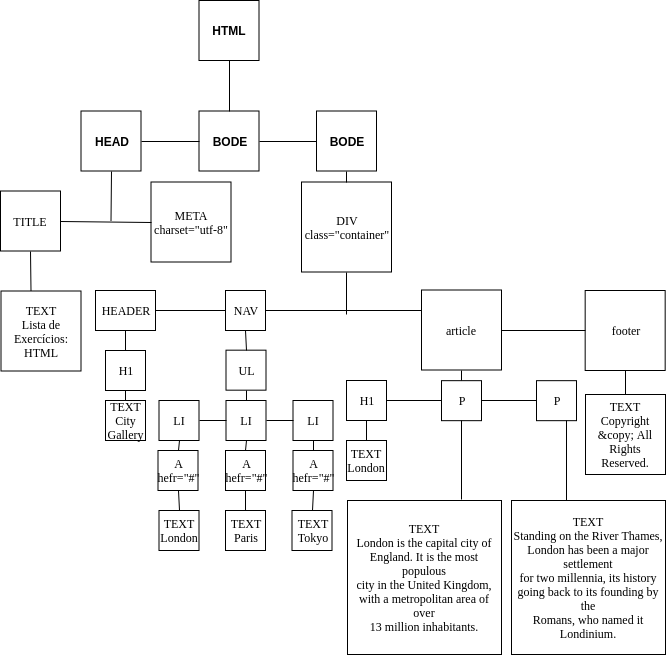
Earlier version of the draw.io export img/Árvore DOM.png (jcl1997/julio-lima-ra-31910749-HTML). Source tidied: cells renumbered, new cells last; positions are measured from the earlier drawing's top-left corner, leaving out a move shared by most shapes. Its diagram source:
```xml
<mxGraphModel>
  <root>
    <mxCell id="0" />
    <mxCell id="1" parent="0" />
    <mxCell id="2" value="&lt;b&gt;HTML&lt;/b&gt;" style="rounded=0;whiteSpace=wrap;html=1;" parent="1" vertex="1">
      <mxGeometry x="198.5" width="60" height="60" as="geometry" />
    </mxCell>
    <mxCell id="3" value="&lt;b&gt;HEAD&lt;/b&gt;" style="rounded=0;whiteSpace=wrap;html=1;" parent="1" vertex="1">
      <mxGeometry x="80.5" y="110.5" width="60" height="60" as="geometry" />
    </mxCell>
    <mxCell id="4" value="&lt;b&gt;BODE&lt;/b&gt;" style="whiteSpace=wrap;html=1;" parent="1" vertex="1">
      <mxGeometry x="316" y="110.5" width="60" height="60" as="geometry" />
    </mxCell>
    <mxCell id="5" value="&lt;b&gt;BODE&lt;/b&gt;" style="whiteSpace=wrap;html=1;" parent="1" vertex="1">
      <mxGeometry x="198.5" y="110.5" width="60" height="60" as="geometry" />
    </mxCell>
    <mxCell id="6" value="META&lt;br&gt;charset=&quot;utf-8&quot;&lt;br&gt;" style="whiteSpace=wrap;html=1;fontFamily=Times New Roman;" parent="1" vertex="1">
      <mxGeometry x="150.5" y="181.5" width="80" height="80" as="geometry" />
    </mxCell>
    <mxCell id="7" value="TITLE" style="whiteSpace=wrap;html=1;fontFamily=Times New Roman;" parent="1" vertex="1">
      <mxGeometry y="190.5" width="60" height="60" as="geometry" />
    </mxCell>
    <mxCell id="8" style="endArrow=none;html=1;fontFamily=Times New Roman;exitX=1;exitY=0.5;exitDx=0;exitDy=0;entryX=0;entryY=0.5;entryDx=0;entryDy=0;" parent="1" edge="1" source="7" target="6">
      <mxGeometry relative="1" as="geometry" />
    </mxCell>
    <mxCell id="9" style="endArrow=none;html=1;fontFamily=Times New Roman;entryX=0.5;entryY=1;entryDx=0;entryDy=0;" parent="1" edge="1" target="3">
      <mxGeometry relative="1" as="geometry">
        <mxPoint x="110.5" y="220.5" as="sourcePoint" />
      </mxGeometry>
    </mxCell>
    <mxCell id="10" value="TEXT&lt;br&gt;Lista de Exercícios: HTML" style="whiteSpace=wrap;html=1;fontFamily=Times New Roman;" parent="1" vertex="1">
      <mxGeometry x="0.5" y="290.5" width="80" height="80" as="geometry" />
    </mxCell>
    <mxCell id="11" style="endArrow=none;html=1;fontFamily=Times New Roman;entryX=0.5;entryY=1;entryDx=0;entryDy=0;" parent="1" edge="1" target="7">
      <mxGeometry relative="1" as="geometry">
        <mxPoint x="30.5" y="290.5" as="sourcePoint" />
      </mxGeometry>
    </mxCell>
    <mxCell id="12" value="DIV&lt;br&gt;class=&quot;container&quot;&lt;br&gt;" style="whiteSpace=wrap;html=1;fontFamily=Times New Roman;" parent="1" vertex="1">
      <mxGeometry x="301" y="181.5" width="90" height="90" as="geometry" />
    </mxCell>
    <mxCell id="13" style="endArrow=none;html=1;fontFamily=Times New Roman;entryX=0.5;entryY=1;entryDx=0;entryDy=0;exitX=0.5;exitY=0;exitDx=0;exitDy=0;" parent="1" edge="1" source="12" target="4">
      <mxGeometry relative="1" as="geometry" />
    </mxCell>
    <mxCell id="14" value="HEADER&lt;br&gt;" style="whiteSpace=wrap;html=1;fontFamily=Times New Roman;" parent="1" vertex="1">
      <mxGeometry x="95" y="290" width="60" height="40" as="geometry" />
    </mxCell>
    <mxCell id="15" value="NAV" style="whiteSpace=wrap;html=1;fontFamily=Times New Roman;" parent="1" vertex="1">
      <mxGeometry x="225" y="290" width="40" height="40" as="geometry" />
    </mxCell>
    <mxCell id="16" value="article" style="whiteSpace=wrap;html=1;fontFamily=Times New Roman;" parent="1" vertex="1">
      <mxGeometry x="421" y="289.5" width="80" height="80" as="geometry" />
    </mxCell>
    <mxCell id="17" value="footer" style="whiteSpace=wrap;html=1;fontFamily=Times New Roman;" parent="1" vertex="1">
      <mxGeometry x="584.7" y="290" width="80" height="80" as="geometry" />
    </mxCell>
    <mxCell id="18" value="H1" style="whiteSpace=wrap;html=1;fontFamily=Times New Roman;" parent="1" vertex="1">
      <mxGeometry x="105" y="350" width="40" height="40" as="geometry" />
    </mxCell>
    <mxCell id="19" style="endArrow=none;html=1;fontFamily=Times New Roman;entryX=0.5;entryY=1;entryDx=0;entryDy=0;exitX=0.5;exitY=0;exitDx=0;exitDy=0;" parent="1" edge="1" source="18" target="14">
      <mxGeometry relative="1" as="geometry" />
    </mxCell>
    <mxCell id="20" value="TEXT&lt;br&gt;City Gallery&lt;br&gt;" style="whiteSpace=wrap;html=1;fontFamily=Times New Roman;" parent="1" vertex="1">
      <mxGeometry x="105" y="400" width="40" height="40" as="geometry" />
    </mxCell>
    <mxCell id="21" style="endArrow=none;html=1;fontFamily=Times New Roman;entryX=0.5;entryY=1;entryDx=0;entryDy=0;exitX=0.5;exitY=0;exitDx=0;exitDy=0;" parent="1" edge="1" source="20" target="18">
      <mxGeometry relative="1" as="geometry" />
    </mxCell>
    <mxCell id="22" style="endArrow=none;html=1;fontFamily=Times New Roman;entryX=0;entryY=0.5;entryDx=0;entryDy=0;exitX=1;exitY=0.5;exitDx=0;exitDy=0;" parent="1" edge="1" source="14" target="15">
      <mxGeometry relative="1" as="geometry" />
    </mxCell>
    <mxCell id="23" value="UL" style="whiteSpace=wrap;html=1;fontFamily=Times New Roman;" parent="1" vertex="1">
      <mxGeometry x="225.5" y="349.7" width="40" height="40" as="geometry" />
    </mxCell>
    <mxCell id="24" style="endArrow=none;html=1;fontFamily=Times New Roman;entryX=0.5;entryY=1;entryDx=0;entryDy=0;exitX=0.5;exitY=0;exitDx=0;exitDy=0;" parent="1" edge="1" source="23" target="15">
      <mxGeometry relative="1" as="geometry" />
    </mxCell>
    <mxCell id="25" value="LI" style="whiteSpace=wrap;html=1;fontFamily=Times New Roman;" parent="1" vertex="1">
      <mxGeometry x="158.5" y="400" width="40" height="40" as="geometry" />
    </mxCell>
    <mxCell id="26" value="LI" style="whiteSpace=wrap;html=1;fontFamily=Times New Roman;" parent="1" vertex="1">
      <mxGeometry x="225.5" y="400" width="40" height="40" as="geometry" />
    </mxCell>
    <mxCell id="27" value="LI" style="whiteSpace=wrap;html=1;fontFamily=Times New Roman;" parent="1" vertex="1">
      <mxGeometry x="292.5" y="400" width="40" height="40" as="geometry" />
    </mxCell>
    <mxCell id="28" value="A&lt;br&gt;hefr=&quot;#&quot;&lt;br&gt;" style="whiteSpace=wrap;html=1;fontFamily=Times New Roman;" parent="1" vertex="1">
      <mxGeometry x="157.5" y="450" width="40" height="40" as="geometry" />
    </mxCell>
    <mxCell id="29" value="A&lt;br&gt;hefr=&quot;#&quot;&lt;br&gt;" style="whiteSpace=wrap;html=1;fontFamily=Times New Roman;" parent="1" vertex="1">
      <mxGeometry x="225" y="450" width="40" height="40" as="geometry" />
    </mxCell>
    <mxCell id="30" value="A&lt;br&gt;hefr=&quot;#&quot;&lt;br&gt;" style="whiteSpace=wrap;html=1;fontFamily=Times New Roman;" parent="1" vertex="1">
      <mxGeometry x="292.5" y="450" width="40" height="40" as="geometry" />
    </mxCell>
    <mxCell id="31" style="endArrow=none;html=1;fontFamily=Times New Roman;entryX=0.5;entryY=1;entryDx=0;entryDy=0;exitX=0.5;exitY=0;exitDx=0;exitDy=0;" parent="1" edge="1" source="28" target="25">
      <mxGeometry relative="1" as="geometry" />
    </mxCell>
    <mxCell id="32" style="endArrow=none;html=1;fontFamily=Times New Roman;entryX=0.5;entryY=1;entryDx=0;entryDy=0;exitX=0.5;exitY=0;exitDx=0;exitDy=0;" parent="1" edge="1" source="29" target="26">
      <mxGeometry relative="1" as="geometry" />
    </mxCell>
    <mxCell id="33" style="endArrow=none;html=1;fontFamily=Times New Roman;entryX=0.5;entryY=1;entryDx=0;entryDy=0;exitX=0.5;exitY=0;exitDx=0;exitDy=0;" parent="1" edge="1" source="30" target="27">
      <mxGeometry relative="1" as="geometry" />
    </mxCell>
    <mxCell id="34" style="endArrow=none;html=1;fontFamily=Times New Roman;entryX=1;entryY=0.5;entryDx=0;entryDy=0;exitX=0;exitY=0.5;exitDx=0;exitDy=0;" parent="1" edge="1" source="26" target="25">
      <mxGeometry relative="1" as="geometry" />
    </mxCell>
    <mxCell id="35" style="endArrow=none;html=1;fontFamily=Times New Roman;entryX=0;entryY=0.5;entryDx=0;entryDy=0;exitX=1;exitY=0.5;exitDx=0;exitDy=0;" parent="1" edge="1" source="26" target="27">
      <mxGeometry relative="1" as="geometry" />
    </mxCell>
    <mxCell id="36" value="TEXT&lt;br&gt;London&lt;br&gt;" style="whiteSpace=wrap;html=1;fontFamily=Times New Roman;" parent="1" vertex="1">
      <mxGeometry x="158.5" y="510" width="40" height="40" as="geometry" />
    </mxCell>
    <mxCell id="37" value="TEXT&lt;br&gt;Paris&lt;br&gt;" style="whiteSpace=wrap;html=1;fontFamily=Times New Roman;" parent="1" vertex="1">
      <mxGeometry x="225" y="510" width="40" height="40" as="geometry" />
    </mxCell>
    <mxCell id="38" value="TEXT&lt;br&gt;Tokyo&lt;br&gt;" style="whiteSpace=wrap;html=1;fontFamily=Times New Roman;" parent="1" vertex="1">
      <mxGeometry x="291.5" y="510" width="40" height="40" as="geometry" />
    </mxCell>
    <mxCell id="39" style="endArrow=none;html=1;fontFamily=Times New Roman;entryX=0.5;entryY=1;entryDx=0;entryDy=0;exitX=0.5;exitY=0;exitDx=0;exitDy=0;" parent="1" edge="1" source="36" target="28">
      <mxGeometry relative="1" as="geometry" />
    </mxCell>
    <mxCell id="40" style="endArrow=none;html=1;fontFamily=Times New Roman;entryX=0.5;entryY=1;entryDx=0;entryDy=0;exitX=0.5;exitY=0;exitDx=0;exitDy=0;" parent="1" edge="1" source="37" target="29">
      <mxGeometry relative="1" as="geometry" />
    </mxCell>
    <mxCell id="41" style="endArrow=none;html=1;fontFamily=Times New Roman;entryX=0.5;entryY=1;entryDx=0;entryDy=0;exitX=0.5;exitY=0;exitDx=0;exitDy=0;" parent="1" edge="1" source="38" target="30">
      <mxGeometry relative="1" as="geometry" />
    </mxCell>
    <mxCell id="42" style="endArrow=none;html=1;fontFamily=Times New Roman;entryX=0.5;entryY=1;entryDx=0;entryDy=0;exitX=0.5;exitY=0;exitDx=0;exitDy=0;" parent="1" edge="1" source="26" target="23">
      <mxGeometry relative="1" as="geometry" />
    </mxCell>
    <mxCell id="43" style="endArrow=none;html=1;fontFamily=Times New Roman;entryX=0;entryY=0.25;entryDx=0;entryDy=0;exitX=1;exitY=0.5;exitDx=0;exitDy=0;" parent="1" edge="1" source="15" target="16">
      <mxGeometry relative="1" as="geometry" />
    </mxCell>
    <mxCell id="44" style="endArrow=none;html=1;fontFamily=Times New Roman;entryX=0.5;entryY=1;entryDx=0;entryDy=0;" parent="1" edge="1" target="12">
      <mxGeometry relative="1" as="geometry">
        <mxPoint x="346" y="314" as="sourcePoint" />
      </mxGeometry>
    </mxCell>
    <mxCell id="45" value="H1" style="whiteSpace=wrap;html=1;fontFamily=Times New Roman;" parent="1" vertex="1">
      <mxGeometry x="346" y="380" width="40" height="40" as="geometry" />
    </mxCell>
    <mxCell id="46" style="endArrow=none;html=1;fontFamily=Times New Roman;exitX=0.5;exitY=1;exitDx=0;exitDy=0;entryX=0.5;entryY=0;entryDx=0;entryDy=0;" parent="1" edge="1" source="45" target="47">
      <mxGeometry relative="1" as="geometry" />
    </mxCell>
    <mxCell id="47" value="TEXT&lt;br&gt;London&lt;br&gt;" style="whiteSpace=wrap;html=1;fontFamily=Times New Roman;" parent="1" vertex="1">
      <mxGeometry x="346" y="440" width="40" height="40" as="geometry" />
    </mxCell>
    <mxCell id="48" value="P" style="whiteSpace=wrap;html=1;fontFamily=Times New Roman;" parent="1" vertex="1">
      <mxGeometry x="441" y="380.2" width="40" height="40" as="geometry" />
    </mxCell>
    <mxCell id="49" value="P" style="whiteSpace=wrap;html=1;fontFamily=Times New Roman;" parent="1" vertex="1">
      <mxGeometry x="536" y="380.2" width="40" height="40" as="geometry" />
    </mxCell>
    <mxCell id="50" value="TEXT&lt;br&gt;&lt;div&gt;London is the capital city of England. It is the most populous&lt;/div&gt;&lt;div&gt;city in the United Kingdom, with a metropolitan area of over&lt;/div&gt;&lt;div&gt;13 million inhabitants.&lt;/div&gt;" style="whiteSpace=wrap;html=1;fontFamily=Times New Roman;" parent="1" vertex="1">
      <mxGeometry x="347" y="500" width="154" height="154" as="geometry" />
    </mxCell>
    <mxCell id="51" value="TEXT&lt;br&gt;&lt;div&gt;Standing on the River Thames, London has been a major settlement&lt;/div&gt;&lt;div&gt;for two millennia, its history going back to its founding by the&lt;/div&gt;&lt;div&gt;Romans, who named it Londinium.&lt;/div&gt;" style="whiteSpace=wrap;html=1;fontFamily=Times New Roman;" parent="1" vertex="1">
      <mxGeometry x="511" y="500" width="154" height="154" as="geometry" />
    </mxCell>
    <mxCell id="52" style="endArrow=none;html=1;fontFamily=Times New Roman;entryX=0.5;entryY=1;entryDx=0;entryDy=0;" parent="1" edge="1" target="48">
      <mxGeometry relative="1" as="geometry">
        <mxPoint x="461" y="499" as="sourcePoint" />
      </mxGeometry>
    </mxCell>
    <mxCell id="53" style="endArrow=none;html=1;fontFamily=Times New Roman;entryX=0.75;entryY=1;entryDx=0;entryDy=0;" parent="1" edge="1" target="49">
      <mxGeometry relative="1" as="geometry">
        <mxPoint x="566" y="500" as="sourcePoint" />
      </mxGeometry>
    </mxCell>
    <mxCell id="54" style="endArrow=none;html=1;fontFamily=Times New Roman;exitX=1;exitY=0.5;exitDx=0;exitDy=0;entryX=0;entryY=0.5;entryDx=0;entryDy=0;" parent="1" edge="1" source="45" target="48">
      <mxGeometry relative="1" as="geometry" />
    </mxCell>
    <mxCell id="55" style="endArrow=none;html=1;fontFamily=Times New Roman;exitX=1;exitY=0.5;exitDx=0;exitDy=0;entryX=0;entryY=0.5;entryDx=0;entryDy=0;" parent="1" edge="1" source="48" target="49">
      <mxGeometry relative="1" as="geometry" />
    </mxCell>
    <mxCell id="56" style="endArrow=none;html=1;fontFamily=Times New Roman;exitX=0.5;exitY=0;exitDx=0;exitDy=0;entryX=0.5;entryY=1;entryDx=0;entryDy=0;" parent="1" edge="1" source="48" target="16">
      <mxGeometry relative="1" as="geometry" />
    </mxCell>
    <mxCell id="57" style="endArrow=none;html=1;fontFamily=Times New Roman;exitX=1;exitY=0.5;exitDx=0;exitDy=0;entryX=0;entryY=0.5;entryDx=0;entryDy=0;" parent="1" edge="1" source="16" target="17">
      <mxGeometry relative="1" as="geometry" />
    </mxCell>
    <mxCell id="58" value="TEXT&lt;br&gt;Copyright &amp;amp;copy; All Rights Reserved.&lt;br&gt;" style="whiteSpace=wrap;html=1;fontFamily=Times New Roman;" parent="1" vertex="1">
      <mxGeometry x="585" y="394" width="80" height="80" as="geometry" />
    </mxCell>
    <mxCell id="59" style="endArrow=none;html=1;fontFamily=Times New Roman;exitX=0.5;exitY=0;exitDx=0;exitDy=0;entryX=0.5;entryY=1;entryDx=0;entryDy=0;" parent="1" edge="1" source="58" target="17">
      <mxGeometry relative="1" as="geometry" />
    </mxCell>
    <mxCell id="60" style="edgeStyle=orthogonalEdgeStyle;rounded=0;orthogonalLoop=1;jettySize=auto;html=1;exitX=0.5;exitY=1;exitDx=0;exitDy=0;" parent="1" edge="1" source="50" target="50">
      <mxGeometry relative="1" as="geometry" />
    </mxCell>
    <mxCell id="61" style="edgeStyle=orthogonalEdgeStyle;rounded=0;orthogonalLoop=1;jettySize=auto;html=1;exitX=0.5;exitY=1;exitDx=0;exitDy=0;" parent="1" edge="1" source="51" target="51">
      <mxGeometry relative="1" as="geometry" />
    </mxCell>
    <mxCell id="62" style="endArrow=none;html=1;entryX=0.5;entryY=1;entryDx=0;entryDy=0;exitX=0.5;exitY=0;exitDx=0;exitDy=0;" parent="1" edge="1" source="5" target="2">
      <mxGeometry relative="1" as="geometry" />
    </mxCell>
    <mxCell id="63" style="endArrow=none;html=1;entryX=0;entryY=0.5;entryDx=0;entryDy=0;exitX=1;exitY=0.5;exitDx=0;exitDy=0;" parent="1" edge="1" source="3" target="5">
      <mxGeometry relative="1" as="geometry" />
    </mxCell>
    <mxCell id="64" style="endArrow=none;html=1;entryX=0;entryY=0.5;entryDx=0;entryDy=0;exitX=1;exitY=0.5;exitDx=0;exitDy=0;" parent="1" edge="1" source="5" target="4">
      <mxGeometry relative="1" as="geometry" />
    </mxCell>
  </root>
</mxGraphModel>
```
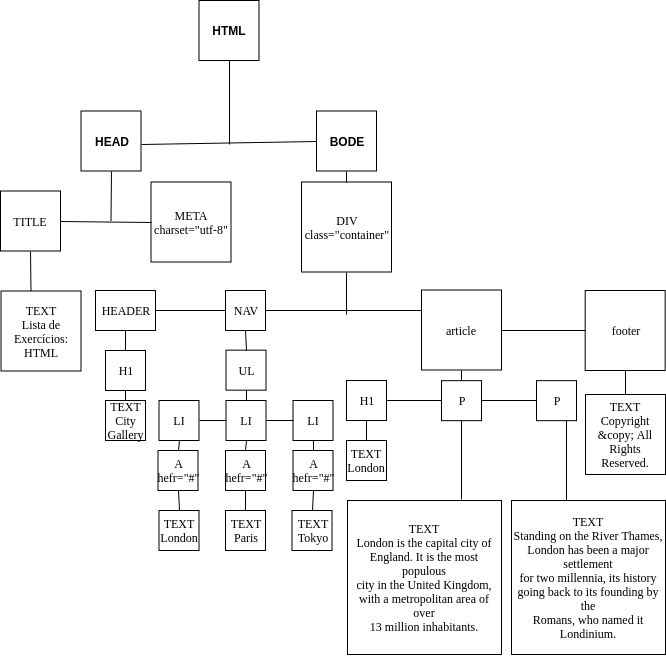
Above is the later version.

The edit, as a diff of the source:
```diff
@@ -11,9 +11,6 @@
     <mxCell id="4" value="&lt;b&gt;BODE&lt;/b&gt;" style="whiteSpace=wrap;html=1;" parent="1" vertex="1">
       <mxGeometry x="316" y="110.5" width="60" height="60" as="geometry" />
     </mxCell>
-    <mxCell id="5" value="&lt;b&gt;BODE&lt;/b&gt;" style="whiteSpace=wrap;html=1;" parent="1" vertex="1">
-      <mxGeometry x="198.5" y="110.5" width="60" height="60" as="geometry" />
-    </mxCell>
     <mxCell id="6" value="META&lt;br&gt;charset=&quot;utf-8&quot;&lt;br&gt;" style="whiteSpace=wrap;html=1;fontFamily=Times New Roman;" parent="1" vertex="1">
       <mxGeometry x="150.5" y="181.5" width="80" height="80" as="geometry" />
     </mxCell>
@@ -192,14 +189,15 @@
     <mxCell id="61" style="edgeStyle=orthogonalEdgeStyle;rounded=0;orthogonalLoop=1;jettySize=auto;html=1;exitX=0.5;exitY=1;exitDx=0;exitDy=0;" parent="1" edge="1" source="51" target="51">
       <mxGeometry relative="1" as="geometry" />
     </mxCell>
-    <mxCell id="62" style="endArrow=none;html=1;entryX=0.5;entryY=1;entryDx=0;entryDy=0;exitX=0.5;exitY=0;exitDx=0;exitDy=0;" parent="1" edge="1" source="5" target="2">
-      <mxGeometry relative="1" as="geometry" />
+    <mxCell id="62" style="endArrow=none;html=1;entryX=0.5;entryY=1;entryDx=0;entryDy=0;" parent="1" edge="1" target="2">
+      <mxGeometry relative="1" as="geometry">
+        <mxPoint x="229" y="144" as="sourcePoint" />
+      </mxGeometry>
     </mxCell>
-    <mxCell id="63" style="endArrow=none;html=1;entryX=0;entryY=0.5;entryDx=0;entryDy=0;exitX=1;exitY=0.5;exitDx=0;exitDy=0;" parent="1" edge="1" source="3" target="5">
-      <mxGeometry relative="1" as="geometry" />
-    </mxCell>
-    <mxCell id="64" style="endArrow=none;html=1;entryX=0;entryY=0.5;entryDx=0;entryDy=0;exitX=1;exitY=0.5;exitDx=0;exitDy=0;" parent="1" edge="1" source="5" target="4">
-      <mxGeometry relative="1" as="geometry" />
-    </mxCell>
+    <mxCell id="65" style="endArrow=none;html=1;entryX=0;entryY=0.5;entryDx=0;entryDy=0;" parent="1" edge="1" target="4">
+      <mxGeometry relative="1" as="geometry">
+        <mxPoint x="141" y="144" as="sourcePoint" />
+      </mxGeometry>
+    </mxCell>
   </root>
 </mxGraphModel>
```
